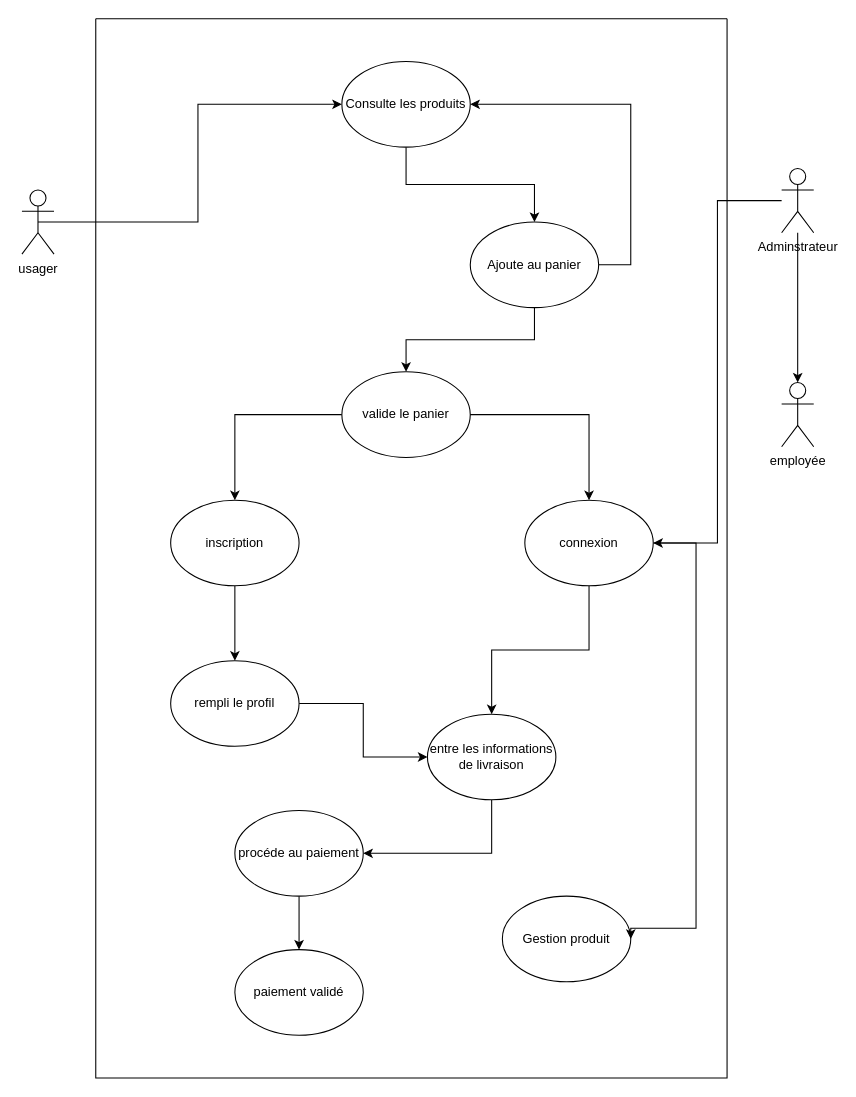
Above: fil_rouge/UML/cas_d_utilisation.drawio in Lefhar/cda (draw.io), before the change. Source tidied: cells renumbered, new cells numbered last; positions are measured from the earlier drawing's top-left corner, leaving out a move shared by most shapes. Both pictures are drawn from the tidied source at 107%, with x=0, y=0 at pixel (21, 18).
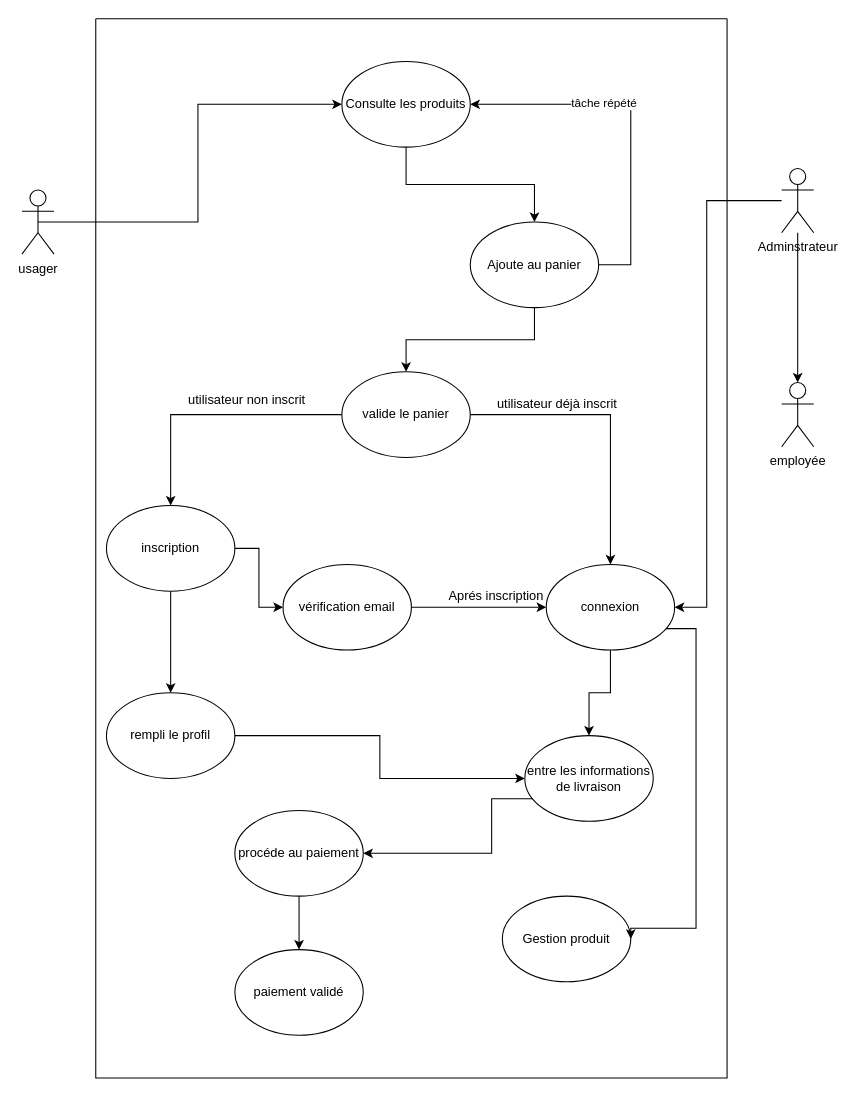
The same page after the edit.

Commit message:
mise à jour

The change refers to these unchanged cells:
```xml
<mxCell id="4" style="swimlane;startSize=0;" parent="1" vertex="1">
  <mxGeometry x="69" width="590" height="990" as="geometry" />
</mxCell>
<mxCell id="7" style="edgeStyle=orthogonalEdgeStyle;rounded=0;jettySize=auto;html=1;entryX=1;entryY=0.5;entryDx=0;entryDy=0;" parent="4" edge="1" source="9" target="6">
  <mxGeometry relative="1" as="geometry">
    <Array as="points">
      <mxPoint x="500" y="230" />
      <mxPoint x="500" y="80" />
    </Array>
  </mxGeometry>
</mxCell>
<mxCell id="11" value="valide le panier" style="ellipse;whiteSpace=wrap;html=1;" parent="4" vertex="1">
  <mxGeometry x="230" y="330" width="120" height="80" as="geometry" />
</mxCell>
<mxCell id="19" value="procéde au paiement" style="ellipse;whiteSpace=wrap;html=1;" parent="4" vertex="1">
  <mxGeometry x="130" y="740" width="120" height="80" as="geometry" />
</mxCell>
<mxCell id="20" value="Gestion produit" style="ellipse;whiteSpace=wrap;html=1;" parent="4" vertex="1">
  <mxGeometry x="380" y="820" width="120" height="80" as="geometry" />
</mxCell>
<mxCell id="25" value="Adminstrateur" style="shape=umlActor;verticalLabelPosition=bottom;verticalAlign=top;html=1;outlineConnect=0;" parent="1" vertex="1">
  <mxGeometry x="710" y="140" width="30" height="60" as="geometry" />
</mxCell>
```

What changed in the source:
```diff
@@
+    <mxCell id="30" value="tâche répété" style="edgeLabel;html=1;align=center;verticalAlign=middle;" parent="7" vertex="1">
+      <mxGeometry x="0.25" y="-2" relative="1" as="geometry" />
+    </mxCell>
@@
-    <mxCell id="12" style="edgeStyle=orthogonalEdgeStyle;rounded=0;jettySize=auto;html=1;" parent="4" edge="1" source="13" target="15">
+    <mxCell id="12" style="edgeStyle=orthogonalEdgeStyle;rounded=0;jettySize=auto;html=1;exitX=0.5;exitY=1;exitDx=0;exitDy=0;entryX=0.5;entryY=0;entryDx=0;entryDy=0;" parent="4" edge="1" source="13" target="15">
       <mxGeometry relative="1" as="geometry">
         <Array as="points">
-          <mxPoint x="130" y="570" />
-          <mxPoint x="130" y="570" />
+          <mxPoint x="70" y="600" />
+          <mxPoint x="70" y="600" />
         </Array>
       </mxGeometry>
     </mxCell>
+    <mxCell id="31" style="edgeStyle=orthogonalEdgeStyle;rounded=0;jettySize=auto;html=1;entryX=0;entryY=0.5;entryDx=0;entryDy=0;" parent="4" edge="1" source="13" target="32">
+      <mxGeometry relative="1" as="geometry" />
+    </mxCell>
     <mxCell id="13" value="inscription" style="ellipse;whiteSpace=wrap;html=1;" parent="4" vertex="1">
-      <mxGeometry x="70" y="450" width="120" height="80" as="geometry" />
+      <mxGeometry x="10" y="455" width="120" height="80" as="geometry" />
     </mxCell>
@@
     <mxCell id="15" value="rempli le profil" style="ellipse;whiteSpace=wrap;html=1;" parent="4" vertex="1">
-      <mxGeometry x="70" y="600" width="120" height="80" as="geometry" />
+      <mxGeometry x="10" y="630" width="120" height="80" as="geometry" />
     </mxCell>
-    <mxCell id="16" style="edgeStyle=orthogonalEdgeStyle;rounded=0;jettySize=auto;html=1;" parent="4" edge="1" source="17" target="19">
+    <mxCell id="16" style="edgeStyle=orthogonalEdgeStyle;rounded=0;jettySize=auto;html=1;exitX=0.067;exitY=0.738;exitDx=0;exitDy=0;exitPerimeter=0;" parent="4" edge="1" source="17" target="19">
       <mxGeometry relative="1" as="geometry">
         <Array as="points">
+          <mxPoint x="370" y="729" />
           <mxPoint x="370" y="780" />
         </Array>
       </mxGeometry>
     </mxCell>
     <mxCell id="17" value="entre les informations de livraison" style="ellipse;whiteSpace=wrap;html=1;" parent="4" vertex="1">
-      <mxGeometry x="310" y="650" width="120" height="80" as="geometry" />
+      <mxGeometry x="401" y="670" width="120" height="80" as="geometry" />
     </mxCell>
@@
+    <mxCell id="32" value="vérification email" style="ellipse;whiteSpace=wrap;html=1;" parent="4" vertex="1">
+      <mxGeometry x="175" y="510" width="120" height="80" as="geometry" />
+    </mxCell>
+    <mxCell id="28" value="connexion" style="ellipse;whiteSpace=wrap;html=1;" parent="4" vertex="1">
+      <mxGeometry x="421" y="510" width="120" height="80" as="geometry" />
+    </mxCell>
+    <mxCell id="26" style="edgeStyle=orthogonalEdgeStyle;rounded=0;jettySize=auto;html=1;" parent="4" edge="1" source="28" target="17">
+      <mxGeometry relative="1" as="geometry" />
+    </mxCell>
+    <mxCell id="29" style="edgeStyle=orthogonalEdgeStyle;rounded=0;jettySize=auto;html=1;" parent="4" edge="1" source="11" target="28">
+      <mxGeometry relative="1" as="geometry" />
+    </mxCell>
+    <mxCell id="27" style="edgeStyle=orthogonalEdgeStyle;rounded=0;jettySize=auto;html=1;entryX=1;entryY=0.5;entryDx=0;entryDy=0;" parent="4" edge="1" source="28" target="20">
+      <mxGeometry relative="1" as="geometry">
+        <Array as="points">
+          <mxPoint x="561" y="570" />
+          <mxPoint x="561" y="850" />
+          <mxPoint x="500" y="850" />
+        </Array>
+      </mxGeometry>
+    </mxCell>
+    <mxCell id="33" style="edgeStyle=orthogonalEdgeStyle;rounded=0;jettySize=auto;html=1;" parent="4" edge="1" source="32" target="28">
+      <mxGeometry relative="1" as="geometry" />
+    </mxCell>
@@
     <mxCell id="24" style="edgeStyle=orthogonalEdgeStyle;rounded=0;jettySize=auto;html=1;entryX=1;entryY=0.5;entryDx=0;entryDy=0;" parent="1" edge="1" source="25" target="28">
-      <mxGeometry relative="1" as="geometry" />
+      <mxGeometry relative="1" as="geometry">
+        <Array as="points">
+          <mxPoint x="640" y="170" />
+          <mxPoint x="640" y="550" />
+        </Array>
+      </mxGeometry>
     </mxCell>
@@
-    <mxCell id="26" style="edgeStyle=orthogonalEdgeStyle;rounded=0;jettySize=auto;html=1;" parent="1" edge="1" source="28" target="17">
-      <mxGeometry relative="1" as="geometry" />
-    </mxCell>
-    <mxCell id="27" style="edgeStyle=orthogonalEdgeStyle;rounded=0;jettySize=auto;html=1;entryX=1;entryY=0.5;entryDx=0;entryDy=0;" parent="1" edge="1" source="28" target="20">
-      <mxGeometry relative="1" as="geometry">
-        <Array as="points">
-          <mxPoint x="630" y="490" />
-          <mxPoint x="630" y="850" />
-          <mxPoint x="569" y="850" />
-        </Array>
-      </mxGeometry>
-    </mxCell>
-    <mxCell id="28" value="connexion" style="ellipse;whiteSpace=wrap;html=1;" parent="1" vertex="1">
-      <mxGeometry x="470" y="450" width="120" height="80" as="geometry" />
-    </mxCell>
-    <mxCell id="29" style="edgeStyle=orthogonalEdgeStyle;rounded=0;jettySize=auto;html=1;" parent="1" edge="1" source="11" target="28">
-      <mxGeometry relative="1" as="geometry" />
-    </mxCell>
+    <mxCell id="34" value="utilisateur déjà inscrit" style="text;html=1;align=center;verticalAlign=middle;strokeColor=none;fillColor=none;" parent="1" vertex="1">
+      <mxGeometry x="435" y="350" width="130" height="20" as="geometry" />
+    </mxCell>
+    <mxCell id="35" value="utilisateur non inscrit" style="text;html=1;align=center;verticalAlign=middle;strokeColor=none;fillColor=none;" parent="1" vertex="1">
+      <mxGeometry x="150" y="347" width="120" height="20" as="geometry" />
+    </mxCell>
+    <mxCell id="36" value="Aprés inscription" style="text;html=1;align=center;verticalAlign=middle;strokeColor=none;fillColor=none;" parent="1" vertex="1">
+      <mxGeometry x="393" y="530" width="100" height="20" as="geometry" />
+    </mxCell>
```
